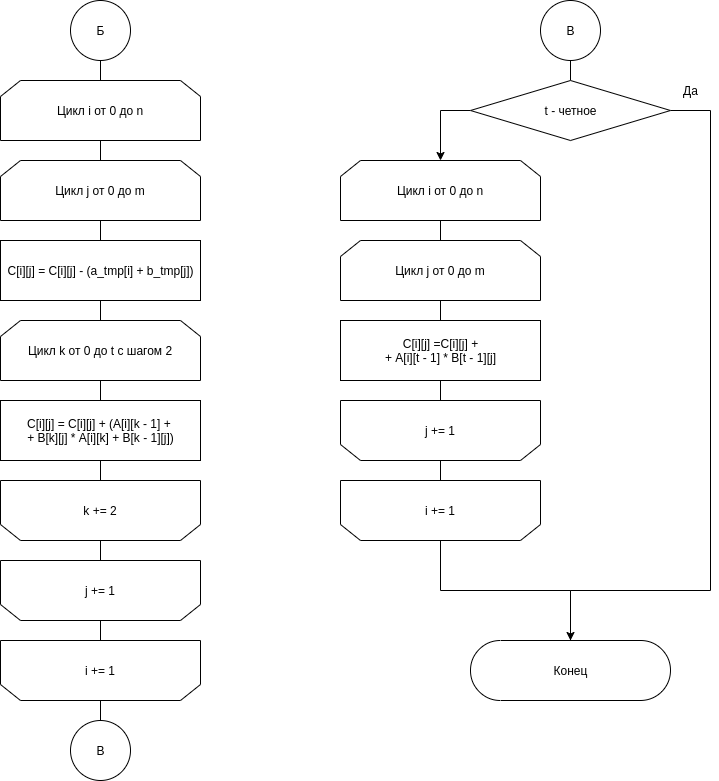
Earlier version of the draw.io export lab02/docs/img/vin_alg2.png (ddbmajor/bmstu-iu7-aa). Source tidied: cells renumbered, new cells last; positions are measured from the earlier drawing's top-left corner, leaving out a move shared by most shapes.
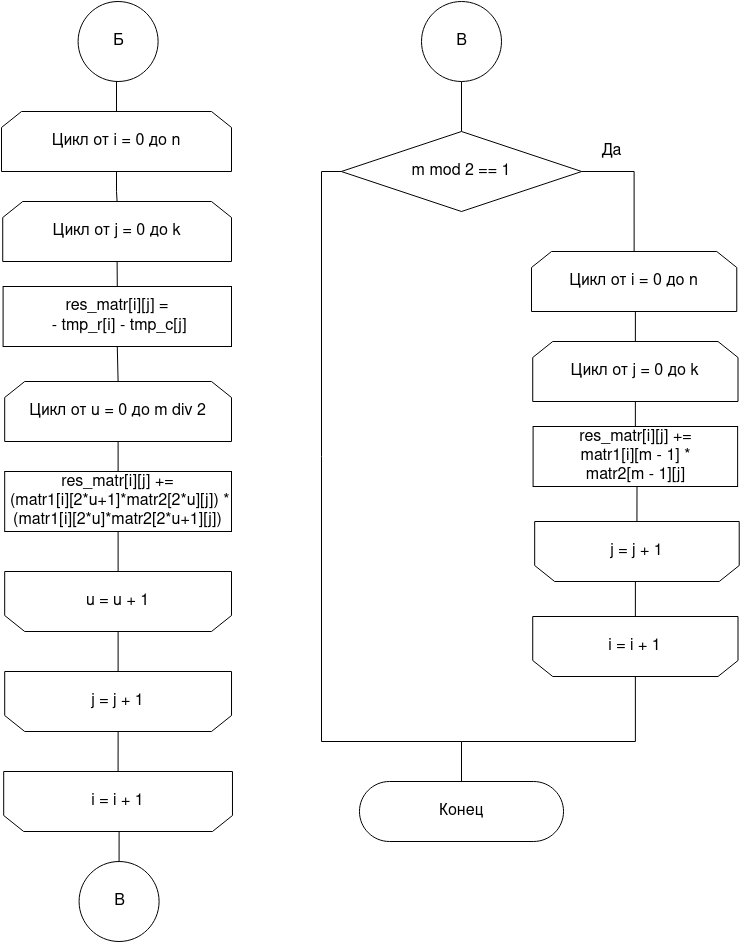
After the change.

What changed in the source:
```diff
@@ -2,121 +2,133 @@
   <root>
     <mxCell id="0" />
     <mxCell id="1" parent="0" />
-    <mxCell id="2" style="edgeStyle=orthogonalEdgeStyle;rounded=0;jettySize=auto;html=1;exitX=0.5;exitY=1;exitDx=0;exitDy=0;entryX=0.5;entryY=0;entryDx=0;entryDy=0;endArrow=none;endFill=0;" parent="1" edge="1" source="3" target="5">
-      <mxGeometry relative="1" as="geometry" />
-    </mxCell>
-    <mxCell id="3" value="Цикл i от 0 до n" style="shape=loopLimit;whiteSpace=wrap;html=1;direction=east;" parent="1" vertex="1">
-      <mxGeometry y="80" width="200" height="60" as="geometry" />
-    </mxCell>
-    <mxCell id="4" style="edgeStyle=orthogonalEdgeStyle;rounded=0;jettySize=auto;html=1;exitX=0.5;exitY=1;exitDx=0;exitDy=0;entryX=0.5;entryY=0;entryDx=0;entryDy=0;endArrow=none;endFill=0;" parent="1" edge="1" source="5" target="7">
-      <mxGeometry relative="1" as="geometry" />
-    </mxCell>
-    <mxCell id="5" value="Цикл j от 0 до m" style="shape=loopLimit;whiteSpace=wrap;html=1;direction=east;" parent="1" vertex="1">
-      <mxGeometry y="160" width="200" height="60" as="geometry" />
-    </mxCell>
-    <mxCell id="6" style="edgeStyle=orthogonalEdgeStyle;rounded=0;jettySize=auto;html=1;exitX=0.5;exitY=1;exitDx=0;exitDy=0;entryX=0.5;entryY=0;entryDx=0;entryDy=0;endArrow=none;endFill=0;" parent="1" edge="1" source="7" target="28">
-      <mxGeometry relative="1" as="geometry" />
-    </mxCell>
-    <mxCell id="7" value="C[i][j] = C[i][j] - (a_tmp[i] + b_tmp[j])" style="html=1;dashed=0;whitespace=wrap;" parent="1" vertex="1">
-      <mxGeometry y="240" width="200" height="60" as="geometry" />
-    </mxCell>
-    <mxCell id="8" style="edgeStyle=orthogonalEdgeStyle;rounded=0;jettySize=auto;html=1;exitX=0.5;exitY=0;exitDx=0;exitDy=0;entryX=0.5;entryY=1;entryDx=0;entryDy=0;endArrow=none;endFill=0;" parent="1" edge="1" source="9" target="11">
-      <mxGeometry relative="1" as="geometry" />
-    </mxCell>
-    <mxCell id="9" value="j += 1" style="shape=loopLimit;whiteSpace=wrap;html=1;strokeWidth=1;direction=west;" parent="1" vertex="1">
-      <mxGeometry y="560" width="200" height="60" as="geometry" />
-    </mxCell>
-    <mxCell id="10" style="edgeStyle=orthogonalEdgeStyle;rounded=0;jettySize=auto;html=1;exitX=0.5;exitY=0;exitDx=0;exitDy=0;entryX=0.5;entryY=0;entryDx=0;entryDy=0;endArrow=none;endFill=0;" parent="1" edge="1" source="11" target="12">
-      <mxGeometry relative="1" as="geometry" />
-    </mxCell>
-    <mxCell id="11" value="i += 1" style="shape=loopLimit;whiteSpace=wrap;html=1;strokeWidth=1;direction=west;" parent="1" vertex="1">
-      <mxGeometry y="640" width="200" height="60" as="geometry" />
-    </mxCell>
-    <mxCell id="12" value="В" style="shape=ellipse;html=1;dashed=0;whitespace=wrap;perimeter=ellipsePerimeter;" parent="1" vertex="1">
-      <mxGeometry x="70" y="720" width="60" height="60" as="geometry" />
-    </mxCell>
-    <mxCell id="13" style="edgeStyle=orthogonalEdgeStyle;rounded=0;jettySize=auto;html=1;exitX=0.5;exitY=1;exitDx=0;exitDy=0;entryX=0.5;entryY=0;entryDx=0;entryDy=0;endArrow=none;endFill=0;" parent="1" edge="1" source="14" target="35">
-      <mxGeometry relative="1" as="geometry" />
-    </mxCell>
-    <mxCell id="14" value="В" style="shape=ellipse;html=1;dashed=0;whitespace=wrap;perimeter=ellipsePerimeter;" parent="1" vertex="1">
-      <mxGeometry x="540" width="60" height="60" as="geometry" />
-    </mxCell>
-    <mxCell id="15" style="edgeStyle=orthogonalEdgeStyle;rounded=0;jettySize=auto;html=1;exitX=0.5;exitY=1;exitDx=0;exitDy=0;entryX=0.5;entryY=0;entryDx=0;entryDy=0;endArrow=none;endFill=0;" parent="1" edge="1" source="16" target="18">
-      <mxGeometry relative="1" as="geometry" />
-    </mxCell>
-    <mxCell id="16" value="Цикл i от 0 до n" style="shape=loopLimit;whiteSpace=wrap;html=1;direction=east;" parent="1" vertex="1">
-      <mxGeometry x="340" y="160" width="200" height="60" as="geometry" />
-    </mxCell>
-    <mxCell id="17" style="edgeStyle=orthogonalEdgeStyle;rounded=0;jettySize=auto;html=1;exitX=0.5;exitY=1;exitDx=0;exitDy=0;entryX=0.5;entryY=0;entryDx=0;entryDy=0;endArrow=none;endFill=0;" parent="1" edge="1" source="18" target="20">
-      <mxGeometry relative="1" as="geometry" />
-    </mxCell>
-    <mxCell id="18" value="Цикл j от 0 до m" style="shape=loopLimit;whiteSpace=wrap;html=1;direction=east;" parent="1" vertex="1">
-      <mxGeometry x="340" y="240" width="200" height="60" as="geometry" />
-    </mxCell>
-    <mxCell id="19" style="edgeStyle=orthogonalEdgeStyle;rounded=0;jettySize=auto;html=1;exitX=0.5;exitY=1;exitDx=0;exitDy=0;entryX=0.5;entryY=1;entryDx=0;entryDy=0;endArrow=none;endFill=0;" parent="1" edge="1" source="20" target="22">
-      <mxGeometry relative="1" as="geometry" />
-    </mxCell>
-    <mxCell id="20" value="C[i][j] =C[i][j] +&lt;br&gt;+ A[i][t - 1] * B[t - 1][j]" style="html=1;dashed=0;whitespace=wrap;" parent="1" vertex="1">
-      <mxGeometry x="340" y="320" width="200" height="60" as="geometry" />
-    </mxCell>
-    <mxCell id="21" style="edgeStyle=orthogonalEdgeStyle;rounded=0;jettySize=auto;html=1;exitX=0.5;exitY=0;exitDx=0;exitDy=0;entryX=0.5;entryY=1;entryDx=0;entryDy=0;endArrow=none;endFill=0;" parent="1" edge="1" source="22" target="24">
-      <mxGeometry relative="1" as="geometry" />
-    </mxCell>
-    <mxCell id="22" value="j += 1" style="shape=loopLimit;whiteSpace=wrap;html=1;strokeWidth=1;direction=west;" parent="1" vertex="1">
-      <mxGeometry x="340" y="400" width="200" height="60" as="geometry" />
-    </mxCell>
-    <mxCell id="23" style="edgeStyle=orthogonalEdgeStyle;rounded=0;jettySize=auto;html=1;exitX=0.5;exitY=0;exitDx=0;exitDy=0;entryX=0.5;entryY=0;entryDx=0;entryDy=0;endArrow=none;endFill=0;" parent="1" edge="1" source="24">
-      <mxGeometry relative="1" as="geometry">
-        <mxPoint x="570" y="640" as="targetPoint" />
-      </mxGeometry>
-    </mxCell>
-    <mxCell id="24" value="i += 1" style="shape=loopLimit;whiteSpace=wrap;html=1;strokeWidth=1;direction=west;" parent="1" vertex="1">
-      <mxGeometry x="340" y="480" width="200" height="60" as="geometry" />
-    </mxCell>
-    <mxCell id="25" style="edgeStyle=orthogonalEdgeStyle;rounded=1;jettySize=auto;html=1;exitX=0.5;exitY=1;exitDx=0;exitDy=0;entryX=0.5;entryY=0;entryDx=0;entryDy=0;endArrow=none;endFill=0;" parent="1" edge="1" source="26" target="3">
-      <mxGeometry relative="1" as="geometry" />
-    </mxCell>
+    <mxCell id="38" style="edgeStyle=orthogonalEdgeStyle;rounded=0;jettySize=auto;html=1;exitX=0.5;exitY=1;exitDx=0;exitDy=0;entryX=0.5;entryY=0;entryDx=0;entryDy=0;endArrow=none;endFill=0;" parent="1" edge="1" source="39" target="51">
+      <mxGeometry relative="1" as="geometry" />
+    </mxCell>
+    <mxCell id="39" value="&lt;font&gt;&lt;font size=&quot;3&quot;&gt;res_matr[i][j] =&lt;br&gt;&amp;nbsp;- tmp_r[i]&amp;nbsp;- tmp_c[j]&lt;/font&gt;&lt;br&gt;&lt;/font&gt;" style="rounded=0;whiteSpace=wrap;html=1;shadow=0;glass=0;sketch=0;strokeWidth=1;gradientColor=none;" parent="1" vertex="1">
+      <mxGeometry x="-588.4" y="165" width="228.4" height="60" as="geometry" />
+    </mxCell>
+    <mxCell id="40" style="edgeStyle=orthogonalEdgeStyle;rounded=0;jettySize=auto;html=1;exitX=0.5;exitY=1;exitDx=0;exitDy=0;endArrow=none;endFill=0;" parent="1" edge="1" source="41" target="43">
+      <mxGeometry relative="1" as="geometry" />
+    </mxCell>
+    <mxCell id="41" value="&lt;font style=&quot;font-size: 16px&quot;&gt;Цикл от i = 0 до n&lt;/font&gt;" style="shape=loopLimit;whiteSpace=wrap;html=1;strokeWidth=1;" parent="1" vertex="1">
+      <mxGeometry x="-590" y="-10" width="230" height="60" as="geometry" />
+    </mxCell>
+    <mxCell id="42" style="edgeStyle=orthogonalEdgeStyle;rounded=0;jettySize=auto;html=1;exitX=0.5;exitY=1;exitDx=0;exitDy=0;entryX=0.5;entryY=0;entryDx=0;entryDy=0;endArrow=none;endFill=0;" parent="1" edge="1" source="43" target="39">
+      <mxGeometry relative="1" as="geometry" />
+    </mxCell>
+    <mxCell id="43" value="&lt;font style=&quot;font-size: 16px&quot;&gt;Цикл от j = 0 до k&lt;br&gt;&lt;/font&gt;" style="shape=loopLimit;whiteSpace=wrap;html=1;strokeWidth=1;" parent="1" vertex="1">
+      <mxGeometry x="-588.8" y="80" width="228.8" height="60" as="geometry" />
+    </mxCell>
+    <mxCell id="44" style="edgeStyle=orthogonalEdgeStyle;rounded=0;jettySize=auto;html=1;exitX=0.5;exitY=0;exitDx=0;exitDy=0;entryX=0.5;entryY=1;entryDx=0;entryDy=0;endArrow=none;endFill=0;" parent="1" edge="1" source="45" target="47">
+      <mxGeometry relative="1" as="geometry" />
+    </mxCell>
+    <mxCell id="45" value="&lt;font style=&quot;font-size: 16px&quot;&gt;j = j + 1&lt;br&gt;&lt;/font&gt;" style="shape=loopLimit;whiteSpace=wrap;html=1;strokeWidth=1;direction=west;" parent="1" vertex="1">
+      <mxGeometry x="-586.8" y="550" width="226.8" height="60" as="geometry" />
+    </mxCell>
+    <mxCell id="46" style="edgeStyle=orthogonalEdgeStyle;rounded=0;jettySize=auto;html=1;exitX=0.5;exitY=0;exitDx=0;exitDy=0;entryX=0.5;entryY=0;entryDx=0;entryDy=0;endArrow=none;endFill=0;" parent="1" edge="1" source="47" target="56">
+      <mxGeometry relative="1" as="geometry" />
+    </mxCell>
+    <mxCell id="47" value="&lt;font style=&quot;font-size: 16px&quot;&gt;i = i + 1&lt;/font&gt;" style="shape=loopLimit;whiteSpace=wrap;html=1;strokeWidth=1;direction=west;" parent="1" vertex="1">
+      <mxGeometry x="-587.8" y="650" width="228.8" height="60" as="geometry" />
+    </mxCell>
+    <mxCell id="48" style="edgeStyle=orthogonalEdgeStyle;rounded=0;jettySize=auto;html=1;exitX=0.5;exitY=1;exitDx=0;exitDy=0;entryX=0.5;entryY=0;entryDx=0;entryDy=0;endArrow=none;endFill=0;" parent="1" edge="1" source="49" target="41">
+      <mxGeometry relative="1" as="geometry" />
+    </mxCell>
+    <mxCell id="49" style="ellipse;whiteSpace=wrap;html=1;" parent="1" vertex="1">
+      <mxGeometry x="-513.4" y="-120" width="80" height="80" as="geometry" />
+    </mxCell>
-    <mxCell id="26" value="Б" style="shape=ellipse;html=1;dashed=0;whitespace=wrap;perimeter=ellipsePerimeter;" parent="1" vertex="1">
-      <mxGeometry x="70" width="60" height="60" as="geometry" />
+    <mxCell id="26" value="&lt;font size=&quot;3&quot;&gt;Б&lt;/font&gt;" style="text;html=1;align=center;verticalAlign=middle;points=[];strokeColor=none;fillColor=none;" parent="1" vertex="1">
+      <mxGeometry x="-488.4" y="-90" width="30" height="20" as="geometry" />
     </mxCell>
-    <mxCell id="27" style="edgeStyle=orthogonalEdgeStyle;rounded=0;jettySize=auto;html=1;exitX=0.5;exitY=1;exitDx=0;exitDy=0;entryX=0.5;entryY=0;entryDx=0;entryDy=0;endArrow=none;endFill=0;" parent="1" edge="1" source="28" target="30">
-      <mxGeometry relative="1" as="geometry" />
-    </mxCell>
-    <mxCell id="28" value="Цикл k от 0 до t с шагом 2" style="shape=loopLimit;whiteSpace=wrap;html=1;direction=east;" parent="1" vertex="1">
-      <mxGeometry y="320" width="200" height="60" as="geometry" />
-    </mxCell>
-    <mxCell id="29" style="edgeStyle=orthogonalEdgeStyle;rounded=0;jettySize=auto;html=1;exitX=0.5;exitY=1;exitDx=0;exitDy=0;entryX=0.5;entryY=1;entryDx=0;entryDy=0;endArrow=none;endFill=0;" parent="1" edge="1" source="30" target="32">
-      <mxGeometry relative="1" as="geometry" />
-    </mxCell>
-    <mxCell id="30" value="C[i][j] = C[i][j] + (A[i][k - 1] + &lt;br&gt;+ B[k][j] * A[i][k] + B[k - 1][j])" style="html=1;dashed=0;whitespace=wrap;" parent="1" vertex="1">
-      <mxGeometry y="400" width="200" height="60" as="geometry" />
-    </mxCell>
-    <mxCell id="31" style="edgeStyle=orthogonalEdgeStyle;rounded=0;jettySize=auto;html=1;exitX=0.5;exitY=0;exitDx=0;exitDy=0;entryX=0.5;entryY=1;entryDx=0;entryDy=0;endArrow=none;endFill=0;" parent="1" edge="1" source="32" target="9">
-      <mxGeometry relative="1" as="geometry" />
-    </mxCell>
-    <mxCell id="32" value="k += 2" style="shape=loopLimit;whiteSpace=wrap;html=1;strokeWidth=1;direction=west;" parent="1" vertex="1">
-      <mxGeometry y="480" width="200" height="60" as="geometry" />
-    </mxCell>
-    <mxCell id="33" style="edgeStyle=orthogonalEdgeStyle;rounded=0;jettySize=auto;html=1;exitX=0;exitY=0.5;exitDx=0;exitDy=0;entryX=0.5;entryY=0;entryDx=0;entryDy=0;endArrow=classic;endFill=1;" parent="1" edge="1" source="35" target="16">
-      <mxGeometry relative="1" as="geometry" />
-    </mxCell>
-    <mxCell id="34" style="edgeStyle=orthogonalEdgeStyle;rounded=0;jettySize=auto;html=1;exitX=1;exitY=0.5;exitDx=0;exitDy=0;endArrow=classic;endFill=1;" parent="1" edge="1" source="35">
-      <mxGeometry relative="1" as="geometry">
-        <mxPoint x="570" y="640" as="targetPoint" />
-        <Array as="points">
-          <mxPoint x="710" y="110" />
-          <mxPoint x="710" y="590" />
-        </Array>
-      </mxGeometry>
-    </mxCell>
-    <mxCell id="35" value="t - четное" style="shape=rhombus;html=1;dashed=0;whitespace=wrap;perimeter=rhombusPerimeter;" parent="1" vertex="1">
-      <mxGeometry x="470" y="80" width="200" height="60" as="geometry" />
-    </mxCell>
+    <mxCell id="50" style="edgeStyle=orthogonalEdgeStyle;rounded=0;jettySize=auto;html=1;exitX=0.5;exitY=1;exitDx=0;exitDy=0;entryX=0.5;entryY=0;entryDx=0;entryDy=0;endArrow=none;endFill=0;" parent="1" edge="1" source="51" target="53">
+      <mxGeometry relative="1" as="geometry" />
+    </mxCell>
+    <mxCell id="51" value="&lt;font style=&quot;font-size: 16px&quot;&gt;Цикл от u = 0 до m div 2&lt;br&gt;&lt;/font&gt;" style="shape=loopLimit;whiteSpace=wrap;html=1;strokeWidth=1;" parent="1" vertex="1">
+      <mxGeometry x="-586.8" y="260" width="226.8" height="60" as="geometry" />
+    </mxCell>
+    <mxCell id="52" style="edgeStyle=orthogonalEdgeStyle;rounded=0;jettySize=auto;html=1;exitX=0.5;exitY=1;exitDx=0;exitDy=0;entryX=0.5;entryY=1;entryDx=0;entryDy=0;endArrow=none;endFill=0;" parent="1" edge="1" source="53" target="55">
+      <mxGeometry relative="1" as="geometry" />
+    </mxCell>
+    <mxCell id="53" value="&lt;font&gt;&lt;font size=&quot;3&quot;&gt;res_matr[i][j] +=&lt;br&gt;&amp;nbsp;(matr1[i][2*u+1]*matr2[2*u][j]) * (&lt;/font&gt;&lt;span style=&quot;font-size: medium&quot;&gt;matr1[i][2*u]*matr2[2*u+1][j]&lt;/span&gt;&lt;font size=&quot;3&quot;&gt;)&lt;/font&gt;&lt;br&gt;&lt;/font&gt;" style="rounded=0;whiteSpace=wrap;html=1;shadow=0;glass=0;sketch=0;strokeWidth=1;gradientColor=none;" parent="1" vertex="1">
+      <mxGeometry x="-586.8" y="350" width="226.8" height="60" as="geometry" />
+    </mxCell>
+    <mxCell id="54" style="edgeStyle=orthogonalEdgeStyle;rounded=0;jettySize=auto;html=1;exitX=0.5;exitY=0;exitDx=0;exitDy=0;entryX=0.5;entryY=1;entryDx=0;entryDy=0;endArrow=none;endFill=0;" parent="1" edge="1" source="55" target="45">
+      <mxGeometry relative="1" as="geometry" />
+    </mxCell>
+    <mxCell id="55" value="&lt;font style=&quot;font-size: 16px&quot;&gt;u = u + 1&lt;br&gt;&lt;/font&gt;" style="shape=loopLimit;whiteSpace=wrap;html=1;strokeWidth=1;direction=west;" parent="1" vertex="1">
+      <mxGeometry x="-586.8" y="450" width="226.8" height="60" as="geometry" />
+    </mxCell>
+    <mxCell id="56" style="ellipse;whiteSpace=wrap;html=1;" parent="1" vertex="1">
+      <mxGeometry x="-512.4" y="740" width="80" height="80" as="geometry" />
+    </mxCell>
+    <mxCell id="57" value="&lt;font size=&quot;3&quot;&gt;В&lt;/font&gt;" style="text;html=1;align=center;verticalAlign=middle;strokeColor=none;fillColor=none;" parent="1" vertex="1">
+      <mxGeometry x="-487.4" y="770" width="30" height="20" as="geometry" />
+    </mxCell>
+    <mxCell id="58" style="edgeStyle=orthogonalEdgeStyle;rounded=0;jettySize=auto;html=1;exitX=0.5;exitY=1;exitDx=0;exitDy=0;entryX=0.5;entryY=0;entryDx=0;entryDy=0;entryPerimeter=0;endArrow=none;endFill=0;" parent="1" edge="1" source="59" target="63">
+      <mxGeometry relative="1" as="geometry" />
+    </mxCell>
+    <mxCell id="59" style="ellipse;whiteSpace=wrap;html=1;" parent="1" vertex="1">
+      <mxGeometry x="-170" y="-120" width="80" height="80" as="geometry" />
+    </mxCell>
+    <mxCell id="60" value="&lt;font size=&quot;3&quot;&gt;В&lt;/font&gt;" style="text;html=1;align=center;verticalAlign=middle;strokeColor=none;fillColor=none;" parent="1" vertex="1">
+      <mxGeometry x="-145" y="-90" width="30" height="20" as="geometry" />
+    </mxCell>
+    <mxCell id="61" style="edgeStyle=orthogonalEdgeStyle;rounded=0;jettySize=auto;html=1;exitX=1;exitY=0.5;exitDx=0;exitDy=0;exitPerimeter=0;entryX=0.5;entryY=0;entryDx=0;entryDy=0;endArrow=none;endFill=0;" parent="1" edge="1" source="63" target="67">
+      <mxGeometry relative="1" as="geometry" />
+    </mxCell>
+    <mxCell id="62" style="edgeStyle=orthogonalEdgeStyle;rounded=0;jettySize=auto;html=1;exitX=0;exitY=0.5;exitDx=0;exitDy=0;exitPerimeter=0;entryX=0.5;entryY=0.5;entryDx=0;entryDy=-30;entryPerimeter=0;endArrow=none;endFill=0;" parent="1" edge="1" source="63" target="37">
+      <mxGeometry relative="1" as="geometry">
+        <Array as="points">
+          <mxPoint x="-270" y="50" />
+          <mxPoint x="-270" y="620" />
+          <mxPoint x="-130" y="620" />
+        </Array>
+      </mxGeometry>
+    </mxCell>
+    <mxCell id="63" value="&lt;font size=&quot;3&quot;&gt;m mod 2 == 1&lt;/font&gt;" style="strokeWidth=1;html=1;shape=mxgraph.flowchart.decision;whiteSpace=wrap;rounded=1;shadow=0;glass=0;sketch=0;gradientColor=none;" parent="1" vertex="1">
+      <mxGeometry x="-250.2" y="10" width="240.4" height="80" as="geometry" />
+    </mxCell>
+    <mxCell id="64" style="edgeStyle=orthogonalEdgeStyle;rounded=0;jettySize=auto;html=1;exitX=0.5;exitY=1;exitDx=0;exitDy=0;entryX=0.5;entryY=1;entryDx=0;entryDy=0;endArrow=none;endFill=0;" parent="1" edge="1" source="65" target="71">
+      <mxGeometry relative="1" as="geometry" />
+    </mxCell>
+    <mxCell id="65" value="&lt;font&gt;&lt;font size=&quot;3&quot;&gt;res_matr[i][j] += &lt;br&gt;matr1[i][m - 1] * &lt;br&gt;matr2[m - 1][j]&lt;/font&gt;&lt;br&gt;&lt;/font&gt;" style="rounded=0;whiteSpace=wrap;html=1;shadow=0;glass=0;sketch=0;strokeWidth=1;gradientColor=none;" parent="1" vertex="1">
+      <mxGeometry x="-58.4" y="305" width="204.5" height="60" as="geometry" />
+    </mxCell>
+    <mxCell id="66" style="edgeStyle=orthogonalEdgeStyle;rounded=0;jettySize=auto;html=1;exitX=0.5;exitY=1;exitDx=0;exitDy=0;entryX=0.5;entryY=0;entryDx=0;entryDy=0;endArrow=none;endFill=0;" parent="1" edge="1" source="67" target="69">
+      <mxGeometry relative="1" as="geometry" />
+    </mxCell>
+    <mxCell id="67" value="&lt;font style=&quot;font-size: 16px&quot;&gt;Цикл от i = 0 до n&lt;/font&gt;" style="shape=loopLimit;whiteSpace=wrap;html=1;strokeWidth=1;" parent="1" vertex="1">
+      <mxGeometry x="-60" y="130" width="205.3" height="60" as="geometry" />
+    </mxCell>
+    <mxCell id="68" style="edgeStyle=orthogonalEdgeStyle;rounded=0;jettySize=auto;html=1;exitX=0.5;exitY=1;exitDx=0;exitDy=0;entryX=0.5;entryY=0;entryDx=0;entryDy=0;endArrow=none;endFill=0;" parent="1" edge="1" source="69" target="65">
+      <mxGeometry relative="1" as="geometry" />
+    </mxCell>
+    <mxCell id="69" value="&lt;font style=&quot;font-size: 16px&quot;&gt;Цикл от j = 0 до k&lt;br&gt;&lt;/font&gt;" style="shape=loopLimit;whiteSpace=wrap;html=1;strokeWidth=1;" parent="1" vertex="1">
+      <mxGeometry x="-58.8" y="220" width="205.3" height="60" as="geometry" />
+    </mxCell>
+    <mxCell id="70" style="edgeStyle=orthogonalEdgeStyle;rounded=0;jettySize=auto;html=1;exitX=0.5;exitY=0;exitDx=0;exitDy=0;entryX=0.5;entryY=1;entryDx=0;entryDy=0;endArrow=none;endFill=0;" parent="1" edge="1" source="71" target="73">
+      <mxGeometry relative="1" as="geometry" />
+    </mxCell>
+    <mxCell id="71" value="&lt;font style=&quot;font-size: 16px&quot;&gt;j = j + 1&lt;br&gt;&lt;/font&gt;" style="shape=loopLimit;whiteSpace=wrap;html=1;strokeWidth=1;direction=west;" parent="1" vertex="1">
+      <mxGeometry x="-56.8" y="400" width="204.5" height="60" as="geometry" />
+    </mxCell>
+    <mxCell id="72" style="edgeStyle=orthogonalEdgeStyle;rounded=0;jettySize=auto;html=1;exitX=0.5;exitY=0;exitDx=0;exitDy=0;endArrow=none;endFill=0;" parent="1" edge="1" source="73">
+      <mxGeometry relative="1" as="geometry">
+        <mxPoint x="-130" y="620" as="targetPoint" />
+        <Array as="points">
+          <mxPoint x="44" y="620" />
+        </Array>
+      </mxGeometry>
+    </mxCell>
+    <mxCell id="73" value="&lt;font style=&quot;font-size: 16px&quot;&gt;i = i + 1&lt;/font&gt;" style="shape=loopLimit;whiteSpace=wrap;html=1;strokeWidth=1;direction=west;" parent="1" vertex="1">
+      <mxGeometry x="-58.8" y="495" width="205.3" height="60" as="geometry" />
+    </mxCell>
+    <mxCell id="37" value="&lt;font style=&quot;font-size: 16px&quot;&gt;Конец&lt;/font&gt;" style="html=1;dashed=0;whitespace=wrap;shape=mxgraph.dfd.start;" parent="1" vertex="1">
+      <mxGeometry x="-232" y="660" width="204.1" height="60" as="geometry" />
+    </mxCell>
-    <mxCell id="36" value="Да" style="text;html=1;align=center;verticalAlign=middle;strokeColor=none;" parent="1" vertex="1">
-      <mxGeometry x="675" y="80" width="30" height="20" as="geometry" />
+    <mxCell id="36" value="&lt;font style=&quot;font-size: 16px&quot;&gt;Да&lt;/font&gt;" style="text;html=1;align=center;verticalAlign=middle;strokeColor=none;fillColor=none;" parent="1" vertex="1">
+      <mxGeometry y="20" width="40" height="20" as="geometry" />
     </mxCell>
-    <mxCell id="37" value="Конец" style="html=1;dashed=0;whitespace=wrap;shape=mxgraph.dfd.start;" parent="1" vertex="1">
-      <mxGeometry x="470" y="640" width="200" height="60" as="geometry" />
-    </mxCell>
   </root>
 </mxGraphModel>
```
